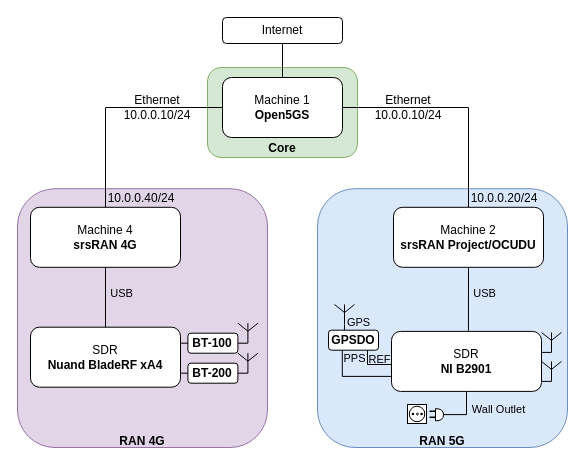
This is MSc_thesis/5-Figures/Testbed diagram.drawio from mvromao/thesis, a draw.io file, before an edit. Source tidied: cells renumbered, new cells numbered last; positions are measured from the earlier drawing's top-left corner, leaving out a move shared by most shapes. Both pictures are drawn from the tidied source at 100%, with x=0, y=0 at pixel (17, 17).
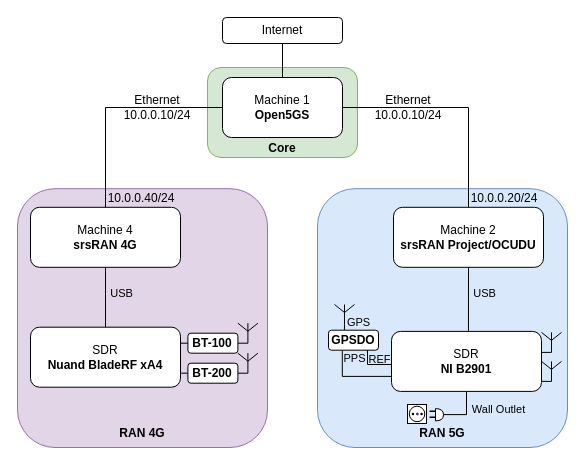
After the change.

Change to the diagram source:
```diff
@@
-    <mxCell id="2" value="&lt;div&gt;&lt;b&gt;&lt;br&gt;&lt;/b&gt;&lt;/div&gt;&lt;b&gt;&lt;div&gt;&lt;b&gt;&lt;br&gt;&lt;/b&gt;&lt;/div&gt;&lt;div&gt;&lt;b&gt;&lt;br&gt;&lt;/b&gt;&lt;/div&gt;&lt;div&gt;&lt;b&gt;&lt;br&gt;&lt;/b&gt;&lt;/div&gt;&lt;div&gt;&lt;b&gt;&lt;br&gt;&lt;/b&gt;&lt;/div&gt;&lt;div&gt;&lt;b&gt;&lt;br&gt;&lt;/b&gt;&lt;/div&gt;&lt;div&gt;&lt;b&gt;&lt;br&gt;&lt;/b&gt;&lt;/div&gt;&lt;div&gt;&lt;b&gt;&lt;br&gt;&lt;/b&gt;&lt;/div&gt;&lt;div&gt;&lt;b&gt;&lt;br&gt;&lt;/b&gt;&lt;/div&gt;&lt;div&gt;&lt;b&gt;&lt;br&gt;&lt;/b&gt;&lt;/div&gt;&lt;div&gt;&lt;b&gt;&lt;br&gt;&lt;/b&gt;&lt;/div&gt;&lt;div&gt;&lt;b&gt;&lt;br&gt;&lt;/b&gt;&lt;/div&gt;&lt;div&gt;&lt;b&gt;&lt;br&gt;&lt;/b&gt;&lt;/div&gt;&lt;div&gt;&lt;b&gt;&lt;br&gt;&lt;/b&gt;&lt;/div&gt;&lt;div&gt;&lt;b&gt;&lt;br&gt;&lt;/b&gt;&lt;/div&gt;&lt;div&gt;&lt;b&gt;&lt;br&gt;&lt;/b&gt;&lt;/div&gt;&lt;div&gt;&lt;b&gt;&lt;br&gt;&lt;/b&gt;&lt;/div&gt;RAN 5G&lt;/b&gt;" style="rounded=1;whiteSpace=wrap;html=1;fillColor=#dae8fc;strokeColor=#6c8ebf;" parent="1" vertex="1">
+    <mxCell id="2" value="&lt;div&gt;&lt;b&gt;&lt;br&gt;&lt;/b&gt;&lt;/div&gt;&lt;b&gt;&lt;div&gt;&lt;b&gt;&lt;br&gt;&lt;/b&gt;&lt;/div&gt;&lt;div&gt;&lt;b&gt;&lt;br&gt;&lt;/b&gt;&lt;/div&gt;&lt;div&gt;&lt;b&gt;&lt;br&gt;&lt;/b&gt;&lt;/div&gt;&lt;div&gt;&lt;b&gt;&lt;br&gt;&lt;/b&gt;&lt;/div&gt;&lt;div&gt;&lt;b&gt;&lt;br&gt;&lt;/b&gt;&lt;/div&gt;&lt;div&gt;&lt;b&gt;&lt;br&gt;&lt;/b&gt;&lt;/div&gt;&lt;div&gt;&lt;b&gt;&lt;br&gt;&lt;/b&gt;&lt;/div&gt;&lt;div&gt;&lt;b&gt;&lt;br&gt;&lt;/b&gt;&lt;/div&gt;&lt;div&gt;&lt;b&gt;&lt;br&gt;&lt;/b&gt;&lt;/div&gt;&lt;div&gt;&lt;b&gt;&lt;br&gt;&lt;/b&gt;&lt;/div&gt;&lt;div&gt;&lt;b&gt;&lt;br&gt;&lt;/b&gt;&lt;/div&gt;&lt;div&gt;&lt;b&gt;&lt;br&gt;&lt;/b&gt;&lt;/div&gt;&lt;div&gt;&lt;b&gt;&lt;br&gt;&lt;/b&gt;&lt;/div&gt;&lt;div&gt;&lt;b&gt;&lt;br&gt;&lt;/b&gt;&lt;/div&gt;&lt;div&gt;&lt;br&gt;&lt;/div&gt;RAN 5G&lt;/b&gt;" style="rounded=1;whiteSpace=wrap;html=1;fillColor=#dae8fc;strokeColor=#6c8ebf;" parent="1" vertex="1">
       <mxGeometry x="300" y="171.2" width="250" height="258.8" as="geometry" />
     </mxCell>
-    <mxCell id="3" value="&lt;div&gt;&lt;b&gt;&lt;br&gt;&lt;/b&gt;&lt;/div&gt;&lt;b&gt;&lt;div&gt;&lt;b&gt;&lt;br&gt;&lt;/b&gt;&lt;/div&gt;&lt;div&gt;&lt;b&gt;&lt;br&gt;&lt;/b&gt;&lt;/div&gt;&lt;div&gt;&lt;b&gt;&lt;br&gt;&lt;/b&gt;&lt;/div&gt;&lt;div&gt;&lt;br&gt;&lt;/div&gt;&lt;div&gt;&lt;br&gt;&lt;/div&gt;&lt;div&gt;&lt;br&gt;&lt;/div&gt;&lt;div&gt;&lt;br&gt;&lt;/div&gt;&lt;div&gt;&lt;br&gt;&lt;/div&gt;&lt;div&gt;&lt;br&gt;&lt;/div&gt;&lt;div&gt;&lt;br&gt;&lt;/div&gt;&lt;div&gt;&lt;br&gt;&lt;/div&gt;&lt;div&gt;&lt;br&gt;&lt;/div&gt;&lt;div&gt;&lt;br&gt;&lt;/div&gt;&lt;div&gt;&lt;br&gt;&lt;/div&gt;&lt;div&gt;&lt;br&gt;&lt;/div&gt;&lt;div&gt;&lt;br&gt;&lt;/div&gt;RAN 4G&lt;/b&gt;" style="rounded=1;whiteSpace=wrap;html=1;fillColor=#e1d5e7;strokeColor=#9673a6;" parent="1" vertex="1">
+    <mxCell id="3" value="&lt;div&gt;&lt;b&gt;&lt;br&gt;&lt;/b&gt;&lt;/div&gt;&lt;b&gt;&lt;div&gt;&lt;b&gt;&lt;br&gt;&lt;/b&gt;&lt;/div&gt;&lt;div&gt;&lt;b&gt;&lt;br&gt;&lt;/b&gt;&lt;/div&gt;&lt;div&gt;&lt;b&gt;&lt;br&gt;&lt;/b&gt;&lt;/div&gt;&lt;div&gt;&lt;br&gt;&lt;/div&gt;&lt;div&gt;&lt;br&gt;&lt;/div&gt;&lt;div&gt;&lt;br&gt;&lt;/div&gt;&lt;div&gt;&lt;br&gt;&lt;/div&gt;&lt;div&gt;&lt;br&gt;&lt;/div&gt;&lt;div&gt;&lt;br&gt;&lt;/div&gt;&lt;div&gt;&lt;br&gt;&lt;/div&gt;&lt;div&gt;&lt;br&gt;&lt;/div&gt;&lt;div&gt;&lt;br&gt;&lt;/div&gt;&lt;div&gt;&lt;br&gt;&lt;/div&gt;&lt;div&gt;&lt;br&gt;&lt;/div&gt;&lt;div&gt;&lt;br&gt;&lt;/div&gt;RAN 4G&lt;/b&gt;" style="rounded=1;whiteSpace=wrap;html=1;fillColor=#e1d5e7;strokeColor=#9673a6;" parent="1" vertex="1">
       <mxGeometry y="171.2" width="250" height="258.8" as="geometry" />
     </mxCell>
```
